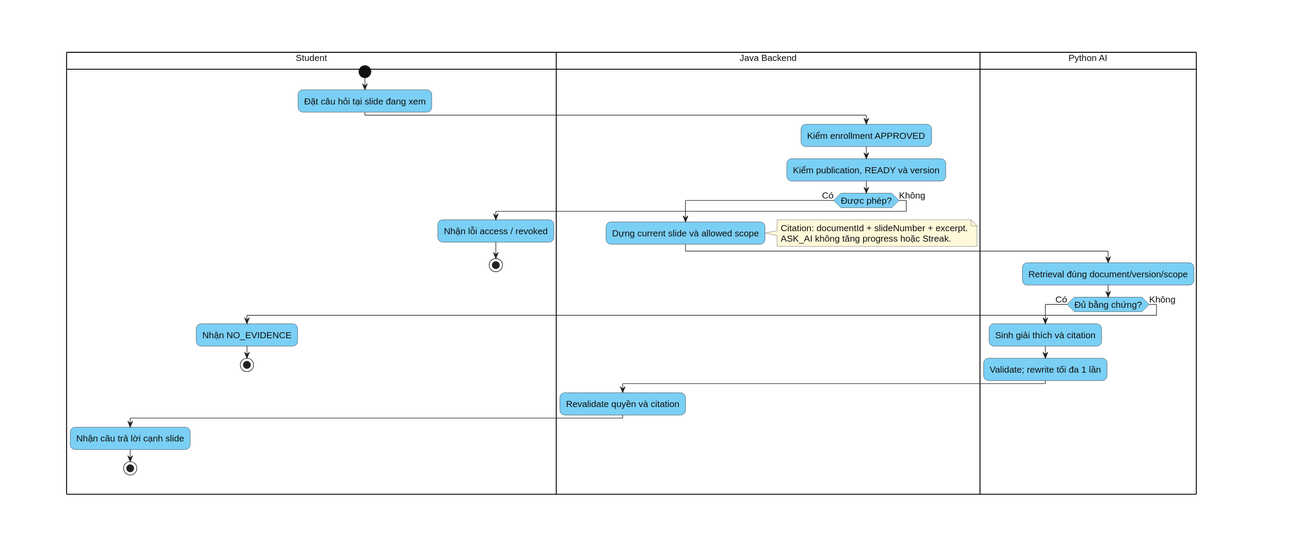
Earlier version of the PlantUML export docs/diagrams/chuong-3/activity-08-slide-tutor.svg (bch7504/DATN).
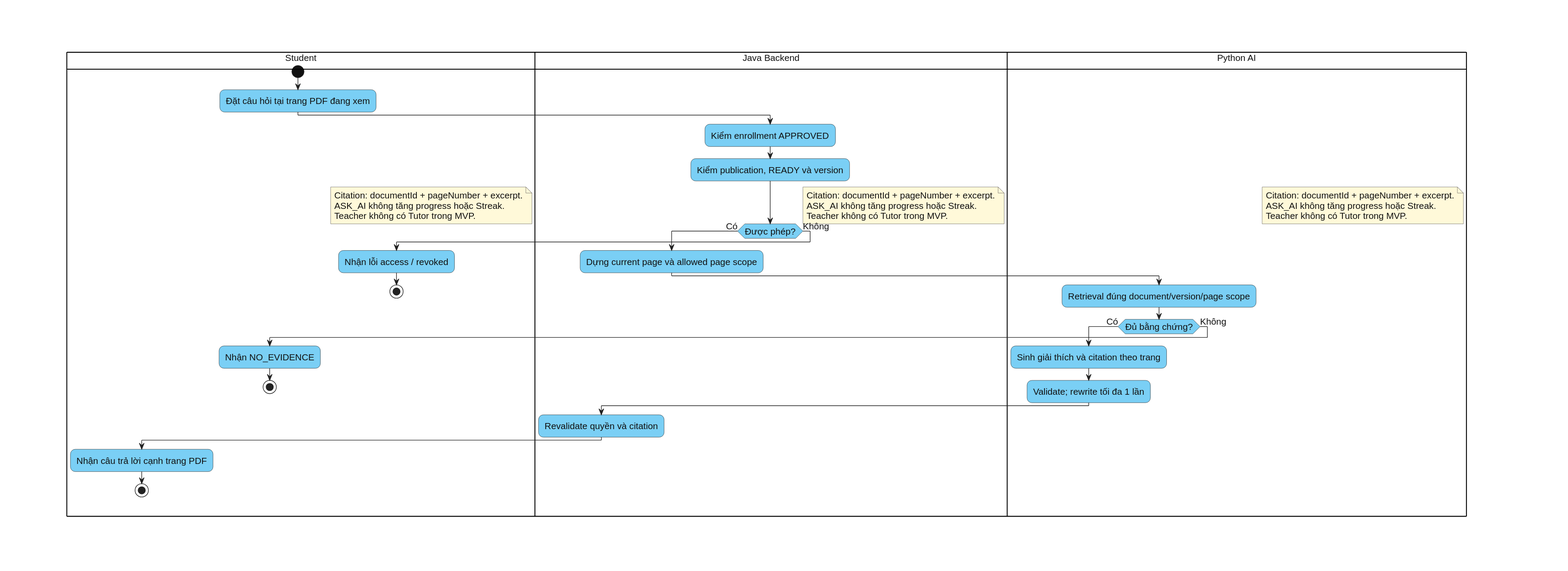
After the change.

Diff of the diagram source:
```diff
@@ -17,27 +17,24 @@
 skinparam NoteBackgroundColor #FFF9D9
 skinparam NoteBorderColor #555555
 skinparam roundcorner 16
+
 |Student|
 start
-:Đặt câu hỏi tại slide đang xem;
+:Đặt câu hỏi tại trang PDF đang xem;
 |Java Backend|
 :Kiểm enrollment APPROVED;
 :Kiểm publication, READY và version;
 if (Được phép?) then (Có)
-  :Dựng current slide và allowed scope;
-  note right
-  Citation: documentId + slideNumber + excerpt.
-  ASK_AI không tăng progress hoặc Streak.
-  end note
+  :Dựng current page và allowed page scope;
   |Python AI|
-  :Retrieval đúng document/version/scope;
+  :Retrieval đúng document/version/page scope;
   if (Đủ bằng chứng?) then (Có)
-    :Sinh giải thích và citation;
+    :Sinh giải thích và citation theo trang;
     :Validate; rewrite tối đa 1 lần;
     |Java Backend|
     :Revalidate quyền và citation;
     |Student|
-    :Nhận câu trả lời cạnh slide;
+    :Nhận câu trả lời cạnh trang PDF;
     stop
   else (Không)
     |Student|
@@ -49,4 +46,10 @@
   :Nhận lỗi access / revoked;
   stop
 endif
+
+note right
+Citation: documentId + pageNumber + excerpt.
+ASK_AI không tăng progress hoặc Streak.
+Teacher không có Tutor trong MVP.
+end note
 @enduml
```
